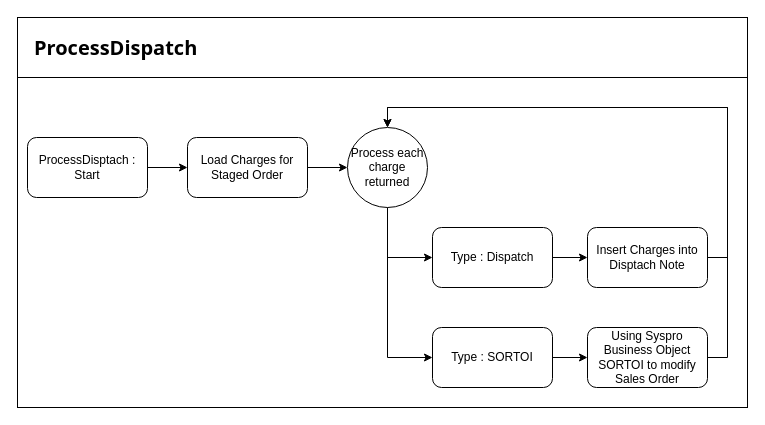
The draw.io diagram page "ProcessDispatch" (3 of 4) of Tickets/Normal Tickets/Ticket 32322 - SCT PO Automation/NewVersionSOHservice.drawio in DevJustinP/WIP, before the edit. Source tidied: cells renumbered, new cells numbered last; positions are measured from the earlier drawing's top-left corner, leaving out a move shared by most shapes. Both pictures are drawn from the tidied source at 100%, with x=0, y=0 at pixel (17, 17).
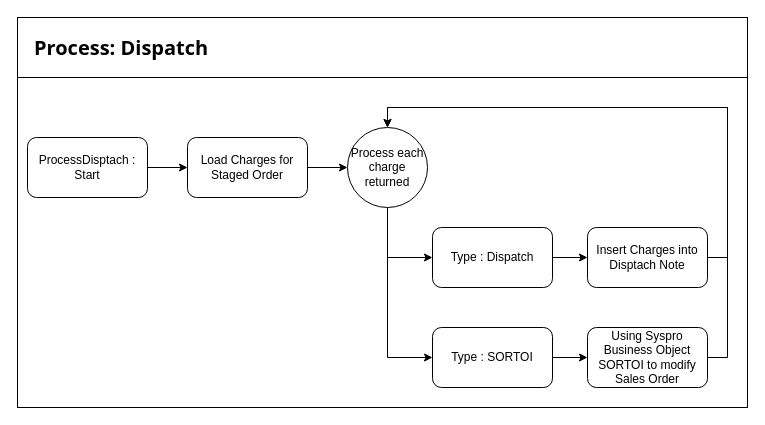
The same page after the edit.

Diff of the diagram source:
```diff
@@
-    <mxCell id="2" value="ProcessDispatch" style="rounded=0;whiteSpace=wrap;html=1;fontFamily=Tahoma;fontStyle=1;fontSize=20;align=left;spacingLeft=15;" parent="1" vertex="1">
+    <mxCell id="2" value="Process: Dispatch" style="rounded=0;whiteSpace=wrap;html=1;fontFamily=Tahoma;fontStyle=1;fontSize=20;align=left;spacingLeft=15;" parent="1" vertex="1">
       <mxGeometry width="730" height="60" as="geometry" />
     </mxCell>
```
